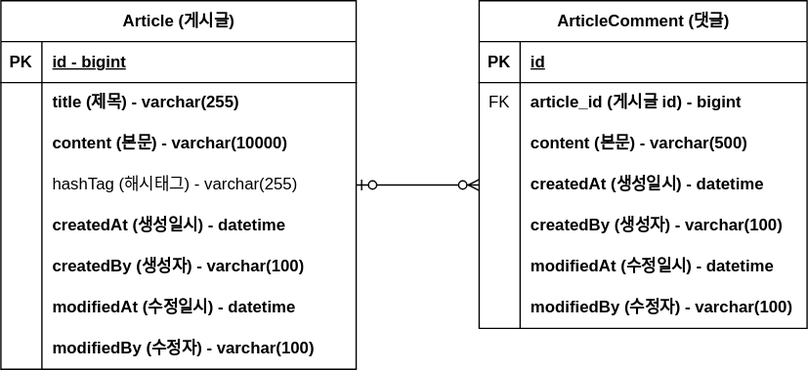
Earlier version of the draw.io export document/project-board-erd.svg (woohyeonjoe/project-board). Source tidied: cells renumbered, new cells last; positions are measured from the earlier drawing's top-left corner, leaving out a move shared by most shapes.
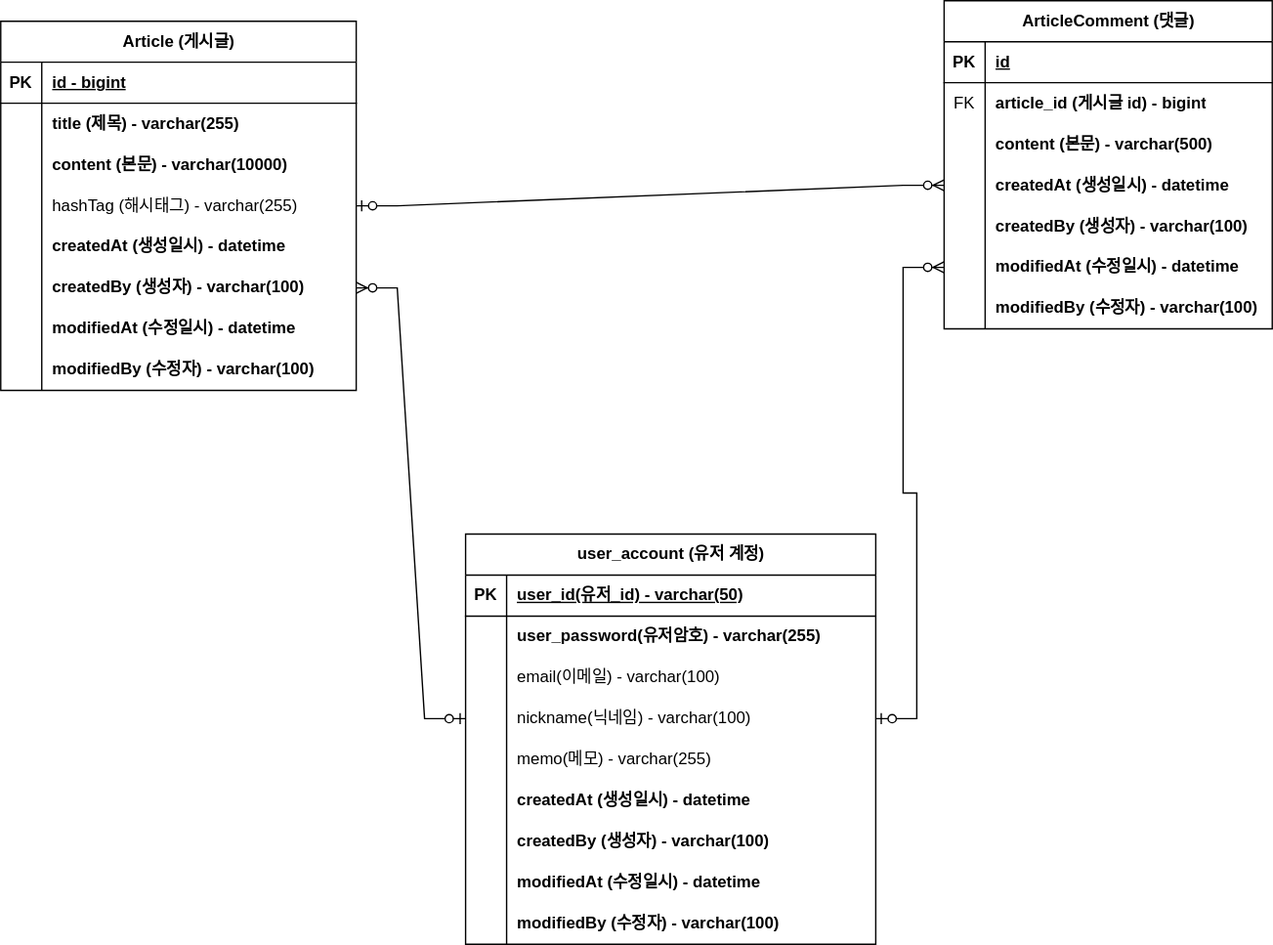
Above is the later version.

The edit, as a diff of the source:
```diff
@@ -3,7 +3,7 @@
     <mxCell id="0" />
     <mxCell id="1" parent="0" />
     <mxCell id="2" value="Article (게시글)" style="shape=table;startSize=30;rowLines=0;fontStyle=1;align=center;html=1;" parent="1" vertex="1">
-      <mxGeometry width="260" height="270" as="geometry" />
+      <mxGeometry x="-30" y="-35" width="260" height="270" as="geometry" />
     </mxCell>
     <mxCell id="3" style="shape=tableRow;horizontal=0;startSize=0;swimlaneHead=0;swimlaneBody=0;fillColor=none;top=0;left=0;right=0;bottom=1;" parent="2" vertex="1">
       <mxGeometry y="30" width="260" height="30" as="geometry" />
@@ -78,7 +78,7 @@
       <mxGeometry x="30" width="230" height="30" as="geometry" />
     </mxCell>
     <mxCell id="27" value="ArticleComment (댓글)" style="shape=table;startSize=30;rowLines=0;fontStyle=1;align=center;html=1;" parent="1" vertex="1">
-      <mxGeometry x="350" width="240" height="240" as="geometry" />
+      <mxGeometry x="660" y="-50" width="240" height="240" as="geometry" />
     </mxCell>
     <mxCell id="28" style="shape=tableRow;horizontal=0;startSize=0;swimlaneHead=0;swimlaneBody=0;fillColor=none;top=0;left=0;right=0;bottom=1;" parent="27" vertex="1">
       <mxGeometry y="30" width="240" height="30" as="geometry" />
@@ -146,5 +146,95 @@
     <mxCell id="49" style="edgeStyle=entityRelationEdgeStyle;fontSize=12;html=1;endArrow=ERzeroToMany;startArrow=ERzeroToOne;rounded=0;exitX=1;exitY=0.5;exitDx=0;exitDy=0;entryX=0;entryY=0.5;entryDx=0;entryDy=0;" parent="1" edge="1" source="12" target="37">
       <mxGeometry relative="1" as="geometry" />
     </mxCell>
+    <mxCell id="50" value="user_account (유저 계정)" style="shape=table;startSize=30;rowLines=0;fontStyle=1;align=center;html=1;" parent="1" vertex="1">
+      <mxGeometry x="310" y="340" width="300" height="300" as="geometry" />
+    </mxCell>
+    <mxCell id="51" style="shape=tableRow;horizontal=0;startSize=0;swimlaneHead=0;swimlaneBody=0;fillColor=none;top=0;left=0;right=0;bottom=1;" parent="50" vertex="1">
+      <mxGeometry y="30" width="300" height="30" as="geometry" />
+    </mxCell>
+    <mxCell id="52" value="PK" style="shape=partialRectangle;fillColor=none;top=0;left=0;bottom=0;right=0;fontStyle=1;overflow=hidden;whiteSpace=wrap;html=1;" parent="51" vertex="1">
+      <mxGeometry width="30" height="30" as="geometry" />
+    </mxCell>
+    <mxCell id="53" value="user_id(유저_id) - varchar(50)" style="shape=partialRectangle;fillColor=none;top=0;left=0;bottom=0;right=0;align=left;spacingLeft=6;fontStyle=5;overflow=hidden;whiteSpace=wrap;html=1;" parent="51" vertex="1">
+      <mxGeometry x="30" width="270" height="30" as="geometry" />
+    </mxCell>
+    <mxCell id="54" style="shape=tableRow;horizontal=0;startSize=0;swimlaneHead=0;swimlaneBody=0;fillColor=none;top=0;left=0;right=0;bottom=0;" parent="50" vertex="1">
+      <mxGeometry y="60" width="300" height="30" as="geometry" />
+    </mxCell>
+    <mxCell id="55" style="shape=partialRectangle;fillColor=none;top=0;left=0;bottom=0;right=0;overflow=hidden;whiteSpace=wrap;html=1;" parent="54" vertex="1">
+      <mxGeometry width="30" height="30" as="geometry" />
+    </mxCell>
+    <mxCell id="56" value="user_password(유저암호) - varchar(255)" style="shape=partialRectangle;fillColor=none;top=0;left=0;bottom=0;right=0;align=left;spacingLeft=6;overflow=hidden;whiteSpace=wrap;html=1;fontStyle=1;" parent="54" vertex="1">
+      <mxGeometry x="30" width="270" height="30" as="geometry" />
+    </mxCell>
+    <mxCell id="57" style="shape=tableRow;horizontal=0;startSize=0;swimlaneHead=0;swimlaneBody=0;fillColor=none;top=0;left=0;right=0;bottom=0;" parent="50" vertex="1">
+      <mxGeometry y="90" width="300" height="30" as="geometry" />
+    </mxCell>
+    <mxCell id="58" style="shape=partialRectangle;fillColor=none;top=0;left=0;bottom=0;right=0;overflow=hidden;whiteSpace=wrap;html=1;" parent="57" vertex="1">
+      <mxGeometry width="30" height="30" as="geometry" />
+    </mxCell>
+    <mxCell id="59" value="&lt;span style=&quot;font-weight: normal;&quot;&gt;email(이메일) - varchar(100)&lt;/span&gt;" style="shape=partialRectangle;fillColor=none;top=0;left=0;bottom=0;right=0;align=left;spacingLeft=6;overflow=hidden;whiteSpace=wrap;html=1;fontStyle=1;" parent="57" vertex="1">
+      <mxGeometry x="30" width="270" height="30" as="geometry" />
+    </mxCell>
+    <mxCell id="60" style="shape=tableRow;horizontal=0;startSize=0;swimlaneHead=0;swimlaneBody=0;fillColor=none;points=[[0,0.5],[1,0.5]];portConstraint=eastwest;top=0;left=0;right=0;bottom=0;" parent="50" vertex="1">
+      <mxGeometry y="120" width="300" height="30" as="geometry" />
+    </mxCell>
+    <mxCell id="61" style="shape=partialRectangle;fillColor=none;top=0;left=0;bottom=0;right=0;overflow=hidden;whiteSpace=wrap;html=1;" parent="60" vertex="1">
+      <mxGeometry width="30" height="30" as="geometry" />
+    </mxCell>
+    <mxCell id="62" value="nickname(닉네임) - varchar(100)" style="shape=partialRectangle;fillColor=none;top=0;left=0;bottom=0;right=0;align=left;spacingLeft=6;overflow=hidden;whiteSpace=wrap;html=1;fontStyle=0;" parent="60" vertex="1">
+      <mxGeometry x="30" width="270" height="30" as="geometry" />
+    </mxCell>
+    <mxCell id="63" style="shape=tableRow;horizontal=0;startSize=0;swimlaneHead=0;swimlaneBody=0;fillColor=none;top=0;left=0;right=0;bottom=0;" parent="50" vertex="1">
+      <mxGeometry y="150" width="300" height="30" as="geometry" />
+    </mxCell>
+    <mxCell id="64" style="shape=partialRectangle;fillColor=none;top=0;left=0;bottom=0;right=0;overflow=hidden;whiteSpace=wrap;html=1;" parent="63" vertex="1">
+      <mxGeometry width="30" height="30" as="geometry" />
+    </mxCell>
+    <mxCell id="65" value="&lt;span style=&quot;font-weight: normal;&quot;&gt;memo(메모) - varchar(255)&lt;/span&gt;" style="shape=partialRectangle;fillColor=none;top=0;left=0;bottom=0;right=0;align=left;spacingLeft=6;overflow=hidden;whiteSpace=wrap;html=1;fontStyle=1;" parent="63" vertex="1">
+      <mxGeometry x="30" width="270" height="30" as="geometry" />
+    </mxCell>
+    <mxCell id="66" style="shape=tableRow;horizontal=0;startSize=0;swimlaneHead=0;swimlaneBody=0;fillColor=none;top=0;left=0;right=0;bottom=0;" parent="50" vertex="1">
+      <mxGeometry y="180" width="300" height="30" as="geometry" />
+    </mxCell>
+    <mxCell id="67" style="shape=partialRectangle;fillColor=none;top=0;left=0;bottom=0;right=0;overflow=hidden;whiteSpace=wrap;html=1;" parent="66" vertex="1">
+      <mxGeometry width="30" height="30" as="geometry" />
+    </mxCell>
+    <mxCell id="68" value="createdAt (생성일시) - datetime" style="shape=partialRectangle;fillColor=none;top=0;left=0;bottom=0;right=0;align=left;spacingLeft=6;overflow=hidden;whiteSpace=wrap;html=1;fontStyle=1;" parent="66" vertex="1">
+      <mxGeometry x="30" width="270" height="30" as="geometry" />
+    </mxCell>
+    <mxCell id="69" style="shape=tableRow;horizontal=0;startSize=0;swimlaneHead=0;swimlaneBody=0;fillColor=none;top=0;left=0;right=0;bottom=0;" parent="50" vertex="1">
+      <mxGeometry y="210" width="300" height="30" as="geometry" />
+    </mxCell>
+    <mxCell id="70" style="shape=partialRectangle;fillColor=none;top=0;left=0;bottom=0;right=0;overflow=hidden;whiteSpace=wrap;html=1;" parent="69" vertex="1">
+      <mxGeometry width="30" height="30" as="geometry" />
+    </mxCell>
+    <mxCell id="71" value="createdBy (생성자) - varchar(100)" style="shape=partialRectangle;fillColor=none;top=0;left=0;bottom=0;right=0;align=left;spacingLeft=6;overflow=hidden;whiteSpace=wrap;html=1;fontStyle=1;" parent="69" vertex="1">
+      <mxGeometry x="30" width="270" height="30" as="geometry" />
+    </mxCell>
+    <mxCell id="72" style="shape=tableRow;horizontal=0;startSize=0;swimlaneHead=0;swimlaneBody=0;fillColor=none;top=0;left=0;right=0;bottom=0;" parent="50" vertex="1">
+      <mxGeometry y="240" width="300" height="30" as="geometry" />
+    </mxCell>
+    <mxCell id="73" style="shape=partialRectangle;fillColor=none;top=0;left=0;bottom=0;right=0;overflow=hidden;whiteSpace=wrap;html=1;" parent="72" vertex="1">
+      <mxGeometry width="30" height="30" as="geometry" />
+    </mxCell>
+    <mxCell id="74" value="modifiedAt (수정일시) - datetime" style="shape=partialRectangle;fillColor=none;top=0;left=0;bottom=0;right=0;align=left;spacingLeft=6;overflow=hidden;whiteSpace=wrap;html=1;fontStyle=1;" parent="72" vertex="1">
+      <mxGeometry x="30" width="270" height="30" as="geometry" />
+    </mxCell>
+    <mxCell id="75" style="shape=tableRow;horizontal=0;startSize=0;swimlaneHead=0;swimlaneBody=0;fillColor=none;top=0;left=0;right=0;bottom=0;" parent="50" vertex="1">
+      <mxGeometry y="270" width="300" height="30" as="geometry" />
+    </mxCell>
+    <mxCell id="76" style="shape=partialRectangle;fillColor=none;top=0;left=0;bottom=0;right=0;overflow=hidden;whiteSpace=wrap;html=1;" parent="75" vertex="1">
+      <mxGeometry width="30" height="30" as="geometry" />
+    </mxCell>
+    <mxCell id="77" value="modifiedBy (수정자) - varchar(100)" style="shape=partialRectangle;fillColor=none;top=0;left=0;bottom=0;right=0;align=left;spacingLeft=6;overflow=hidden;whiteSpace=wrap;html=1;fontStyle=1;" parent="75" vertex="1">
+      <mxGeometry x="30" width="270" height="30" as="geometry" />
+    </mxCell>
+    <mxCell id="78" style="edgeStyle=entityRelationEdgeStyle;fontSize=12;html=1;endArrow=ERzeroToMany;startArrow=ERzeroToOne;rounded=0;entryX=1;entryY=0.5;entryDx=0;entryDy=0;exitX=0;exitY=0.5;exitDx=0;exitDy=0;" parent="1" edge="1" source="60" target="18">
+      <mxGeometry relative="1" as="geometry" />
+    </mxCell>
+    <mxCell id="79" style="edgeStyle=entityRelationEdgeStyle;fontSize=12;html=1;endArrow=ERzeroToMany;startArrow=ERzeroToOne;rounded=0;entryX=0;entryY=0.5;entryDx=0;entryDy=0;exitX=1;exitY=0.5;exitDx=0;exitDy=0;" parent="1" edge="1" source="60" target="43">
+      <mxGeometry relative="1" as="geometry" />
+    </mxCell>
   </root>
 </mxGraphModel>
```
